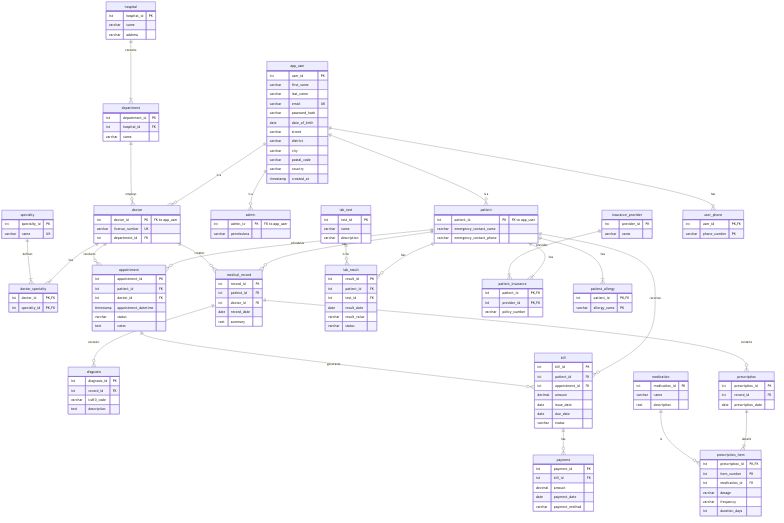
Above: er_diagram.png in serhetgokdemir/smart-healthcare-management (Mermaid), before the change. Its source is kept beside it as er_diagram.mmd.
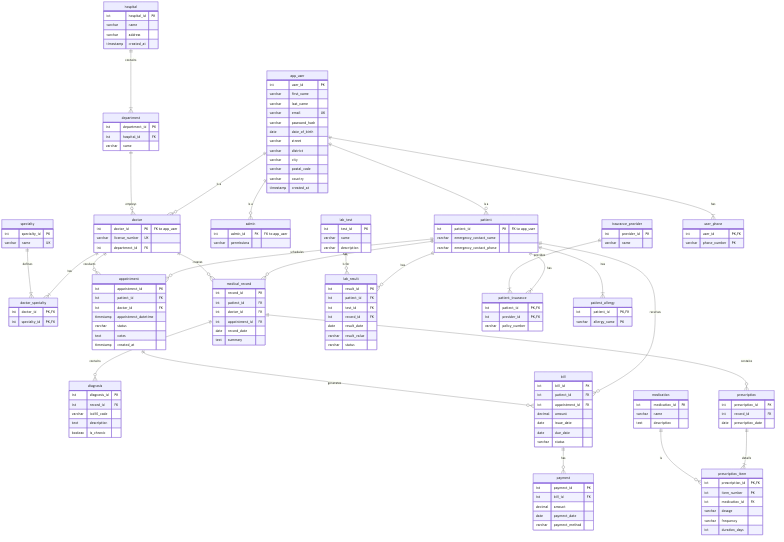
The same diagram one commit later.

Commit message:
sync docs with schema

Diff of the diagram source:
```diff
@@ -35,6 +35,7 @@
         int hospital_id PK
         varchar name
         varchar address
+        timestamp created_at
     }
 
     department {
@@ -60,12 +61,14 @@
         timestamp appointment_datetime
         varchar status
         text notes
+        timestamp created_at
     }
 
     medical_record {
         int record_id PK
         int patient_id FK
         int doctor_id FK
+        int appointment_id FK
         date record_date
         text summary
     }
@@ -75,6 +78,7 @@
         int record_id FK
         varchar icd10_code
         text description
+        boolean is_chronic
     }
 
     prescription {
@@ -108,6 +112,7 @@
         int result_id PK
         int patient_id FK
         int test_id FK
+        int record_id FK
         date result_date
         varchar result_value
         varchar status
```
